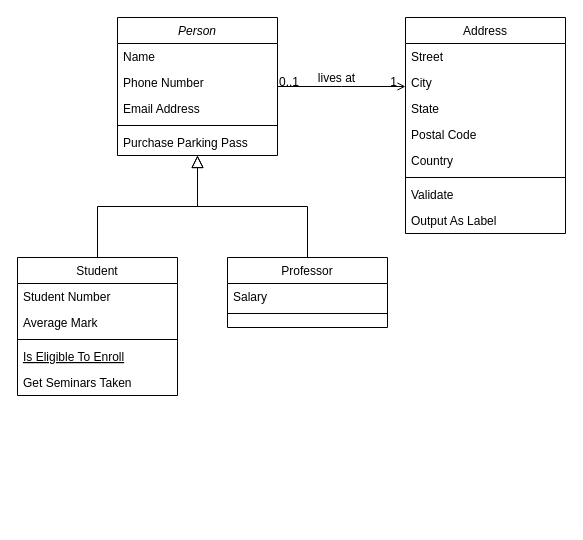
Above: Untitled Diagram.drawio in zzq96/draw.io (draw.io), before the change. Source tidied: cells renumbered, new cells numbered last; positions are measured from the earlier drawing's top-left corner, leaving out a move shared by most shapes. Both pictures are drawn from the tidied source at 100%, with x=0, y=0 at pixel (17, 17).
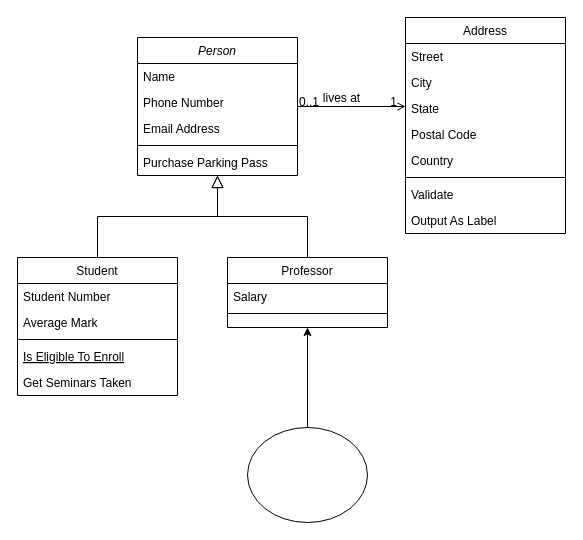
The same page after the edit.

The change refers to these unchanged cells:
```xml
<mxCell id="15" value="Professor" style="swimlane;fontStyle=0;align=center;verticalAlign=top;horizontal=1;startSize=26;rounded=0;shadow=0;strokeWidth=1;" parent="1" vertex="1">
  <mxGeometry x="210" y="240" width="160" height="70" as="geometry" />
</mxCell>
```

Diff of the diagram source:
```diff
@@
     <mxCell id="2" value="Person" style="swimlane;fontStyle=2;align=center;verticalAlign=top;horizontal=1;startSize=26;rounded=0;shadow=0;strokeWidth=1;" parent="1" vertex="1">
-      <mxGeometry x="100" width="160" height="138" as="geometry" />
+      <mxGeometry x="120" y="20" width="160" height="138" as="geometry" />
     </mxCell>
@@
+    <mxCell id="32" style="ellipse;whiteSpace=wrap;html=1;" parent="1" vertex="1">
+      <mxGeometry x="230" y="410" width="120" height="95" as="geometry" />
+    </mxCell>
+    <mxCell id="33" style="endArrow=classic;html=1;rounded=0;exitX=0.5;exitY=0;exitDx=0;exitDy=0;entryX=0.5;entryY=1;entryDx=0;entryDy=0;" parent="1" edge="1" source="32" target="15">
+      <mxGeometry relative="1" as="geometry" />
+    </mxCell>
```
